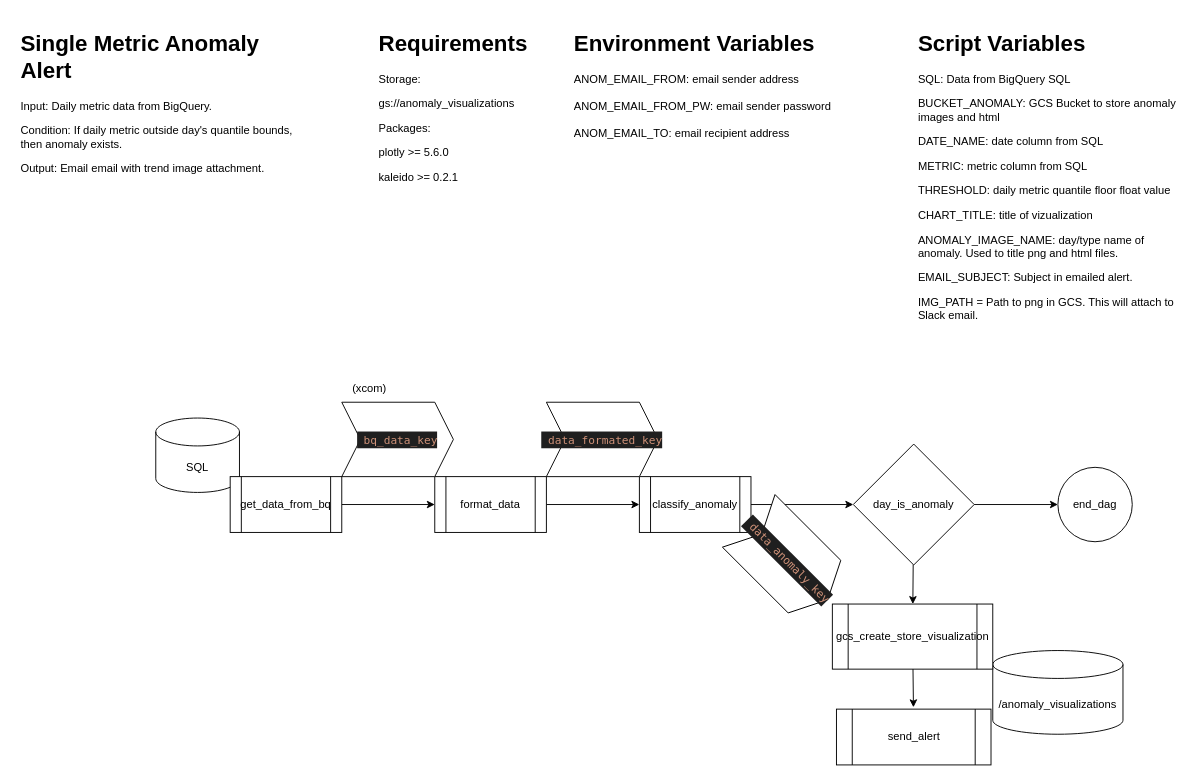
Before: src/traffic_anomaly/dags/single_metric.drawio in VanAltrades/data_engineer_api_pipeline, a draw.io diagram. Source tidied: cells renumbered, new cells numbered last; positions are measured from the earlier drawing's top-left corner, leaving out a move shared by most shapes. Both pictures are drawn from the tidied source at 93%, with x=0, y=0 at pixel (16, 25).
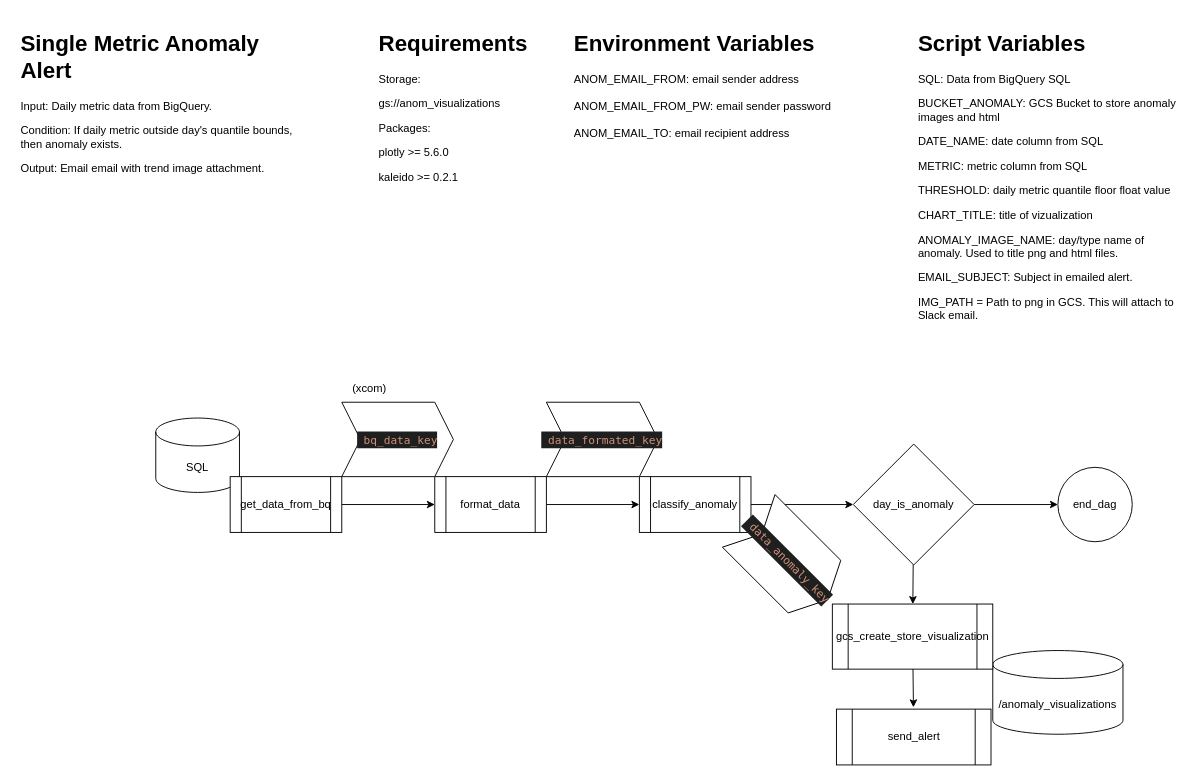
The same page after the edit.

Commit message (it also covers changes not shown here):
add airflow anomaly email README

Diff of the diagram source:
```diff
@@
-    <mxCell id="15" value="&lt;h1&gt;Requirements&lt;/h1&gt;&lt;p&gt;Storage:&lt;/p&gt;&lt;p&gt;gs://anomaly_visualizations&lt;/p&gt;&lt;p&gt;Packages:&lt;/p&gt;&lt;p&gt;plotly &amp;gt;= 5.6.0&lt;/p&gt;&lt;p&gt;kaleido &amp;gt;= 0.2.1&lt;/p&gt;" style="text;html=1;strokeColor=none;fillColor=none;spacing=5;spacingTop=-20;whiteSpace=wrap;overflow=hidden;rounded=0;" parent="1" vertex="1">
+    <mxCell id="15" value="&lt;h1&gt;Requirements&lt;/h1&gt;&lt;p&gt;Storage:&lt;/p&gt;&lt;p&gt;gs://anom_visualizations&lt;/p&gt;&lt;p&gt;Packages:&lt;/p&gt;&lt;p&gt;plotly &amp;gt;= 5.6.0&lt;/p&gt;&lt;p&gt;kaleido &amp;gt;= 0.2.1&lt;/p&gt;" style="text;html=1;strokeColor=none;fillColor=none;spacing=5;spacingTop=-20;whiteSpace=wrap;overflow=hidden;rounded=0;" parent="1" vertex="1">
       <mxGeometry x="385" width="210" height="215" as="geometry" />
     </mxCell>
```
